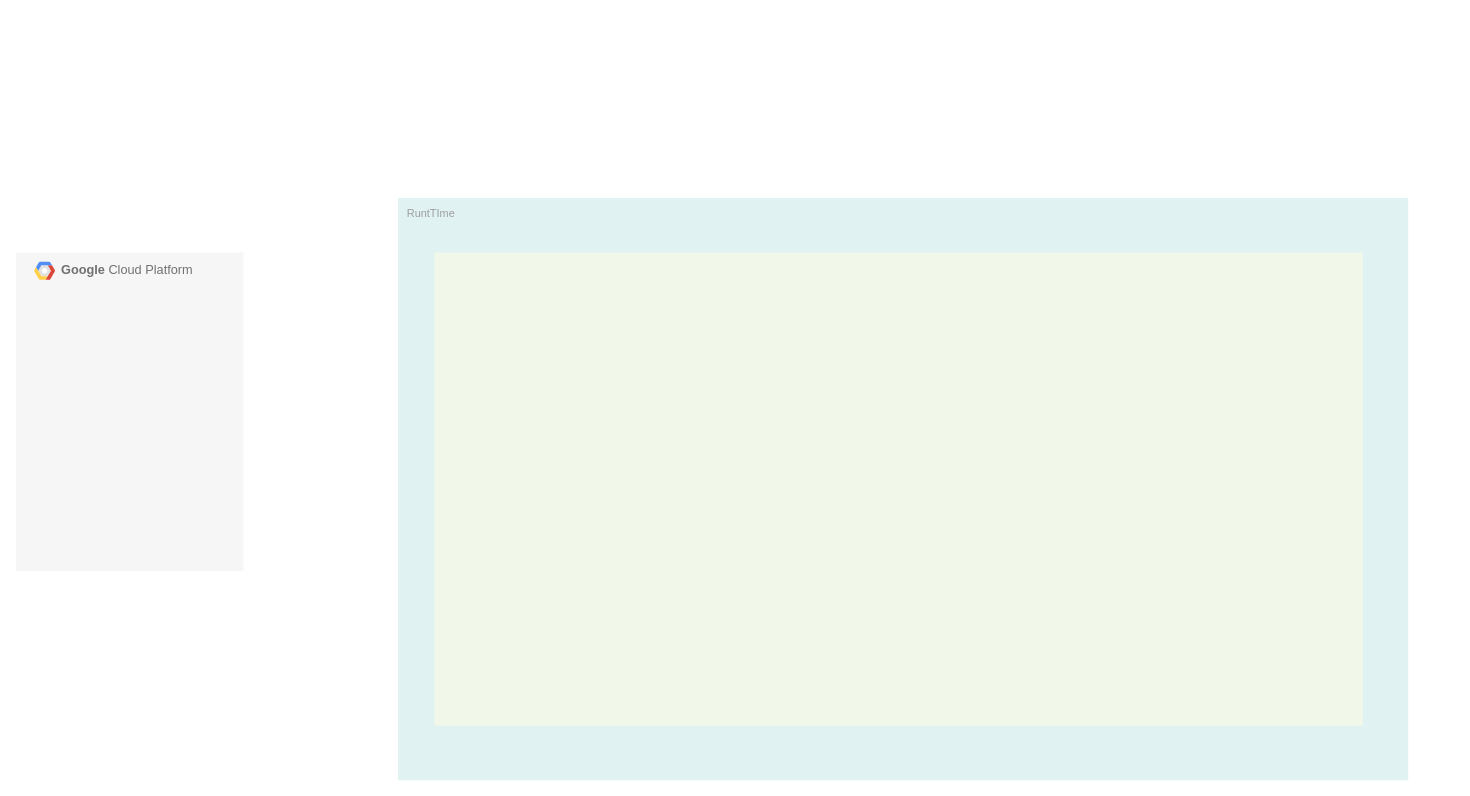
Above: Untitled Diagram.drawio in elango-dhanasekaran/apigee-hybrid (draw.io), before the change. Source tidied: cells renumbered, new cells numbered last; positions are measured from the earlier drawing's top-left corner, leaving out a move shared by most shapes. Both pictures are drawn from the tidied source at 91%, with x=0, y=0 at pixel (15, 197). Pictures stored in the file or linked from it are replaced by grey dashed boxes.
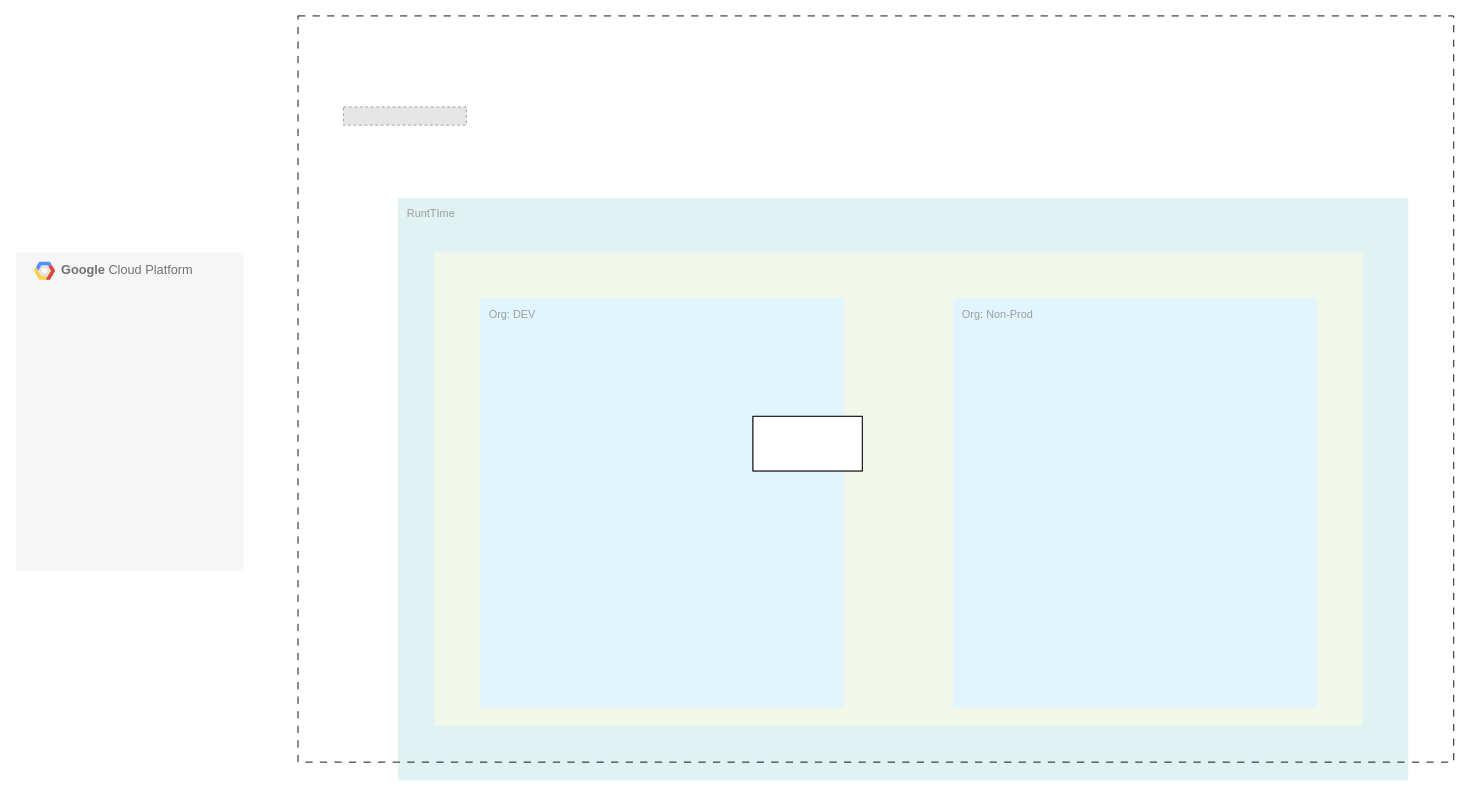
After the change.

What changed in the source:
```diff
@@
-<mxGraphModel>
+<mxGraphModel background="#ffffff">
   <root>
     <mxCell id="0" />
     <mxCell id="1" parent="0" />
     <mxCell id="2" value="&lt;b&gt;Google &lt;/b&gt;Cloud Platform" style="fillColor=#F6F6F6;strokeColor=none;shadow=0;gradientColor=none;fontSize=14;align=left;spacing=10;fontColor=#717171;9E9E9E;verticalAlign=top;spacingTop=-4;fontStyle=0;spacingLeft=40;html=1;" parent="1" vertex="1">
       <mxGeometry y="60" width="250" height="350" as="geometry" />
     </mxCell>
     <mxCell id="3" style="shape=mxgraph.gcp2.google_cloud_platform;fillColor=#F6F6F6;strokeColor=none;shadow=0;gradientColor=none;" parent="2" vertex="1">
       <mxGeometry width="23" height="20" relative="1" as="geometry">
         <mxPoint x="20" y="10" as="offset" />
       </mxGeometry>
     </mxCell>
     <mxCell id="4" value="RuntTIme" style="sketch=0;rounded=1;absoluteArcSize=1;arcSize=0;html=1;strokeColor=none;gradientColor=none;shadow=0;dashed=0;fontSize=12;fontColor=#9E9E9E;align=left;verticalAlign=top;spacing=10;spacingTop=-4;fillColor=#E0F2F1;" parent="1" vertex="1">
       <mxGeometry x="420" width="1110" height="640" as="geometry" />
     </mxCell>
     <mxCell id="5" style="sketch=0;rounded=1;absoluteArcSize=1;arcSize=2;html=1;strokeColor=none;gradientColor=none;shadow=0;dashed=0;fontSize=12;fontColor=#9E9E9E;align=left;verticalAlign=top;spacing=10;spacingTop=-4;fillColor=#F1F8E9;" parent="1" vertex="1">
       <mxGeometry x="460" y="60" width="1020" height="520" as="geometry" />
     </mxCell>
+    <mxCell id="6" value="Org: DEV" style="sketch=0;rounded=1;absoluteArcSize=1;arcSize=2;html=1;strokeColor=none;gradientColor=none;shadow=0;dashed=0;fontSize=12;fontColor=#9E9E9E;align=left;verticalAlign=top;spacing=10;spacingTop=-4;fillColor=#E1F5FE;" parent="1" vertex="1">
+      <mxGeometry x="510" y="110" width="400" height="450" as="geometry" />
+    </mxCell>
+    <mxCell id="7" value="Org: Non-Prod" style="sketch=0;rounded=1;absoluteArcSize=1;arcSize=2;html=1;strokeColor=none;gradientColor=none;shadow=0;dashed=0;fontSize=12;fontColor=#9E9E9E;align=left;verticalAlign=top;spacing=10;spacingTop=-4;fillColor=#E1F5FE;" parent="1" vertex="1">
+      <mxGeometry x="1030" y="110" width="400" height="450" as="geometry" />
+    </mxCell>
+    <mxCell id="8" style="rounded=0;whiteSpace=wrap;html=1;" parent="1" vertex="1">
+      <mxGeometry x="810" y="240" width="120" height="60" as="geometry" />
+    </mxCell>
+    <mxCell id="9" style="rounded=0;whiteSpace=wrap;html=1;" parent="1" vertex="1">
+      <mxGeometry x="810" y="240" width="120" height="60" as="geometry" />
+    </mxCell>
+    <mxCell id="10" style="rounded=0;whiteSpace=wrap;html=1;textOpacity=70;fillColor=none;dashed=1;dashPattern=8 8;shadow=0;gradientColor=none;fillStyle=auto;" parent="1" vertex="1">
+      <mxGeometry x="310" y="-200" width="1270" height="820" as="geometry" />
+    </mxCell>
+    <mxCell id="11" style="fillColor=#E6E6E6;strokeColor=#999999;dashed=1;verticalLabelPosition=bottom;labelBackgroundColor=#ffffff;verticalAlign=top;fontColor=default;" parent="1" vertex="1">
+      <mxGeometry x="360" y="-100" width="135" height="20" as="geometry" />
+    </mxCell>
   </root>
 </mxGraphModel>
```
